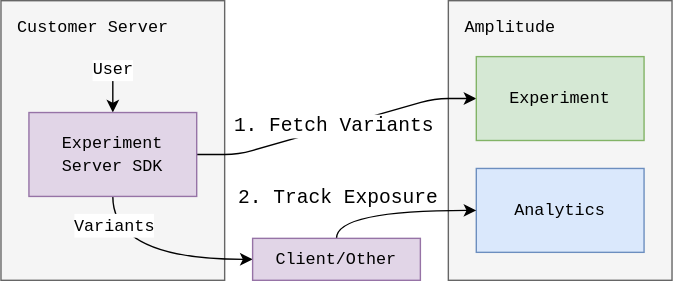
Above: docs/assets/images/experiment/server-side-remote-overview.drawio.svg in Amplitude-Developer-Docs/amplitude-dev-center (draw.io), before the change. Source tidied: cells renumbered, new cells last; positions are measured from the earlier drawing's top-left corner, leaving out a move shared by most shapes. The source it was exported from:
```xml
<mxGraphModel>
  <root>
    <mxCell id="0" />
    <mxCell id="1" parent="0" />
    <mxCell id="2" style="rounded=0;whiteSpace=wrap;html=1;fillColor=#f5f5f5;strokeColor=#666666;fontColor=#333333;" parent="1" vertex="1">
      <mxGeometry x="320" width="160" height="200" as="geometry" />
    </mxCell>
    <mxCell id="3" style="rounded=0;whiteSpace=wrap;html=1;fillColor=#f5f5f5;strokeColor=#666666;fontColor=#333333;" parent="1" vertex="1">
      <mxGeometry width="160" height="200" as="geometry" />
    </mxCell>
    <mxCell id="4" value="&lt;span style=&quot;font-weight: normal&quot;&gt;Customer Server&lt;/span&gt;" style="text;html=1;strokeColor=none;fillColor=none;align=left;verticalAlign=middle;whiteSpace=wrap;rounded=0;fontFamily=Courier New;fontSize=12;fontStyle=1;" parent="1" vertex="1">
      <mxGeometry x="10" y="10" width="170" height="20" as="geometry" />
    </mxCell>
    <mxCell id="5" style="edgeStyle=entityRelationEdgeStyle;html=1;exitX=1;exitY=0.5;exitDx=0;exitDy=0;entryX=0;entryY=0.5;entryDx=0;entryDy=0;fontFamily=Courier New;fontSize=12;" parent="1" edge="1" source="10" target="13">
      <mxGeometry relative="1" as="geometry" />
    </mxCell>
    <mxCell id="6" value="&lt;font style=&quot;font-size: 14px&quot;&gt;1. Fetch Variants&lt;/font&gt;" style="edgeLabel;html=1;align=center;verticalAlign=middle;fontFamily=Courier New;" parent="5" vertex="1">
      <mxGeometry x="-0.06" relative="1" as="geometry">
        <mxPoint x="4" y="-2" as="offset" />
      </mxGeometry>
    </mxCell>
    <mxCell id="7" value="&lt;font style=&quot;font-size: 12px&quot; face=&quot;Courier New&quot;&gt;User&lt;/font&gt;" style="edgeStyle=none;html=1;exitX=0.5;exitY=0;exitDx=0;exitDy=0;startArrow=classic;startFill=1;endArrow=none;endFill=0;" parent="1" edge="1" source="10">
      <mxGeometry x="1" relative="1" as="geometry">
        <mxPoint x="80" y="50" as="targetPoint" />
      </mxGeometry>
    </mxCell>
    <mxCell id="8" style="edgeStyle=orthogonalEdgeStyle;curved=1;html=1;exitX=0.5;exitY=1;exitDx=0;exitDy=0;entryX=0;entryY=0.5;entryDx=0;entryDy=0;fontFamily=Courier New;fontSize=14;startArrow=none;startFill=0;endArrow=classic;endFill=1;" parent="1" edge="1" source="10" target="16">
      <mxGeometry relative="1" as="geometry" />
    </mxCell>
    <mxCell id="9" value="&lt;font style=&quot;font-size: 12px&quot;&gt;Variants&lt;/font&gt;" style="edgeLabel;html=1;align=center;verticalAlign=middle;fontSize=14;fontFamily=Courier New;" parent="8" vertex="1">
      <mxGeometry x="-0.15" y="12" relative="1" as="geometry">
        <mxPoint x="-17" y="-13" as="offset" />
      </mxGeometry>
    </mxCell>
    <mxCell id="10" value="&lt;font face=&quot;Courier New&quot;&gt;Experiment Server SDK&lt;/font&gt;" style="rounded=0;whiteSpace=wrap;html=1;fillColor=#e1d5e7;strokeColor=#9673a6;" parent="1" vertex="1">
      <mxGeometry x="20" y="80" width="120" height="60" as="geometry" />
    </mxCell>
    <mxCell id="11" value="&lt;span style=&quot;font-weight: normal&quot;&gt;Amplitude&lt;/span&gt;" style="text;html=1;strokeColor=none;fillColor=none;align=left;verticalAlign=middle;whiteSpace=wrap;rounded=0;fontFamily=Courier New;fontSize=12;fontStyle=1;" parent="1" vertex="1">
      <mxGeometry x="330" y="10" width="100" height="20" as="geometry" />
    </mxCell>
    <mxCell id="12" value="&lt;font face=&quot;Courier New&quot;&gt;Analytics&lt;/font&gt;" style="rounded=0;whiteSpace=wrap;html=1;fillColor=#dae8fc;strokeColor=#6c8ebf;" parent="1" vertex="1">
      <mxGeometry x="340" y="120" width="120" height="60" as="geometry" />
    </mxCell>
    <mxCell id="13" value="&lt;font face=&quot;Courier New&quot;&gt;Experiment&lt;/font&gt;" style="rounded=0;whiteSpace=wrap;html=1;fillColor=#d5e8d4;strokeColor=#82b366;" parent="1" vertex="1">
      <mxGeometry x="340" y="40" width="120" height="60" as="geometry" />
    </mxCell>
    <mxCell id="14" style="edgeStyle=orthogonalEdgeStyle;html=1;exitX=0.5;exitY=0;exitDx=0;exitDy=0;entryX=0;entryY=0.5;entryDx=0;entryDy=0;fontFamily=Courier New;fontSize=12;startArrow=none;startFill=0;endArrow=classic;endFill=1;curved=1;" parent="1" edge="1" source="16" target="12">
      <mxGeometry relative="1" as="geometry">
        <Array as="points">
          <mxPoint x="240" y="150" />
        </Array>
      </mxGeometry>
    </mxCell>
    <mxCell id="15" value="&lt;font style=&quot;font-size: 14px&quot;&gt;2. Track Exposure&lt;/font&gt;" style="edgeLabel;html=1;align=center;verticalAlign=middle;fontSize=12;fontFamily=Courier New;" parent="14" vertex="1">
      <mxGeometry x="0.01" relative="1" as="geometry">
        <mxPoint x="-40" y="-10" as="offset" />
      </mxGeometry>
    </mxCell>
    <mxCell id="16" value="&lt;font face=&quot;Courier New&quot;&gt;Client/Other&lt;/font&gt;" style="rounded=0;whiteSpace=wrap;html=1;fillColor=#e1d5e7;strokeColor=#9673a6;" parent="1" vertex="1">
      <mxGeometry x="180" y="170" width="120" height="30" as="geometry" />
    </mxCell>
  </root>
</mxGraphModel>
```
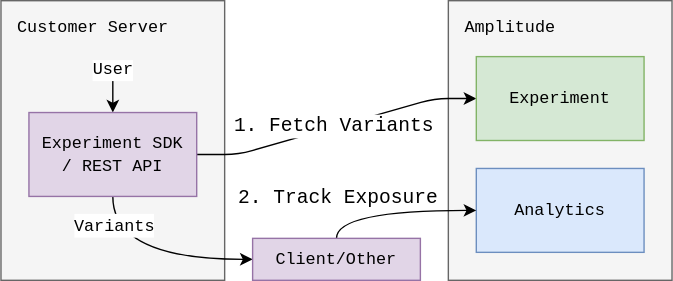
Above is the later version.

Diff of the diagram source:
```diff
@@ -32,7 +32,7 @@
         <mxPoint x="-17" y="-13" as="offset" />
       </mxGeometry>
     </mxCell>
-    <mxCell id="10" value="&lt;font face=&quot;Courier New&quot;&gt;Experiment Server SDK&lt;/font&gt;" style="rounded=0;whiteSpace=wrap;html=1;fillColor=#e1d5e7;strokeColor=#9673a6;" parent="1" vertex="1">
+    <mxCell id="10" value="&lt;font face=&quot;Courier New&quot;&gt;Experiment SDK&lt;br&gt;/ REST API&lt;br&gt;&lt;/font&gt;" style="rounded=0;whiteSpace=wrap;html=1;fillColor=#e1d5e7;strokeColor=#9673a6;" parent="1" vertex="1">
       <mxGeometry x="20" y="80" width="120" height="60" as="geometry" />
     </mxCell>
     <mxCell id="11" value="&lt;span style=&quot;font-weight: normal&quot;&gt;Amplitude&lt;/span&gt;" style="text;html=1;strokeColor=none;fillColor=none;align=left;verticalAlign=middle;whiteSpace=wrap;rounded=0;fontFamily=Courier New;fontSize=12;fontStyle=1;" parent="1" vertex="1">
```
